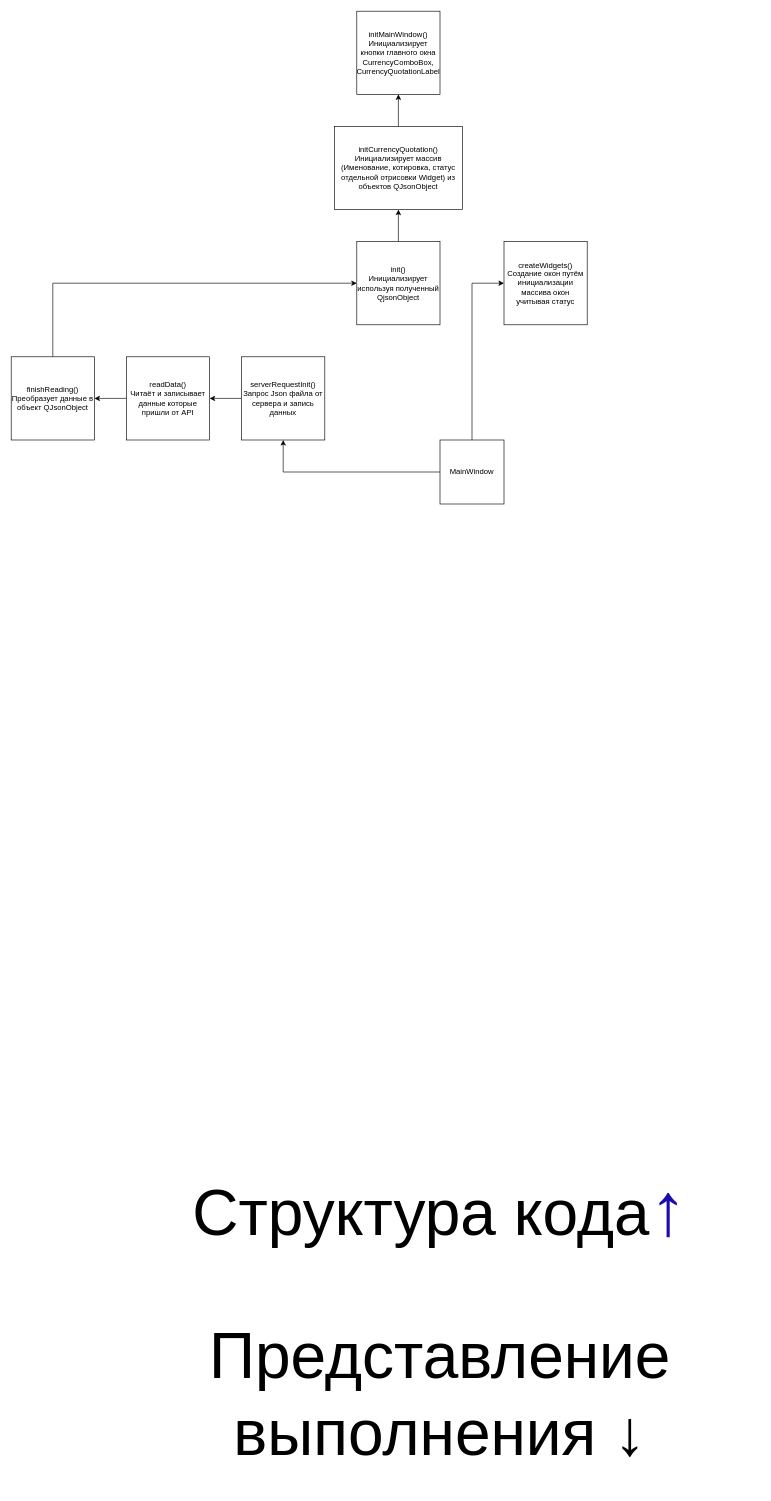
This is Pet_Project_Bitcoin_Currency_Quotes.drawio from AgentCent/Pet_Project_Bitcoin_Currency_Quotes, a draw.io file, before an edit. Source tidied: cells renumbered, new cells numbered last; positions are measured from the earlier drawing's top-left corner, leaving out a move shared by most shapes. Both pictures are drawn from the tidied source at 64%, with x=0, y=0 at pixel (11, 11).
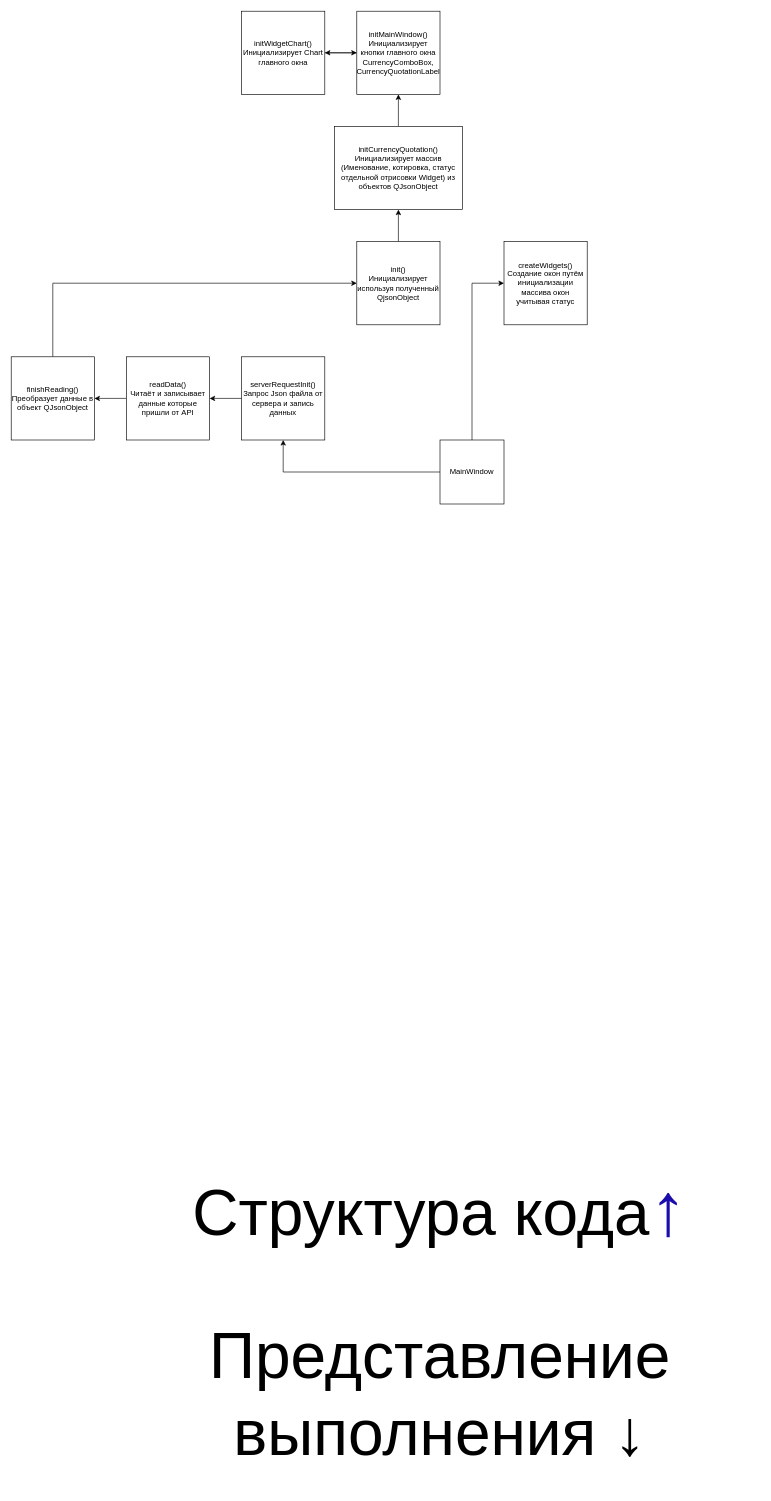
The same diagram, later.

Unchanged cells that the change refers to:
```xml
<mxCell id="18" value="initMainWindow()&lt;br&gt;Инициализирует кнопки главного окна&lt;br&gt;CurrencyComboBox, CurrencyQuotationLabel" style="rounded=0;whiteSpace=wrap;html=1;" parent="1" vertex="1">
  <mxGeometry x="540" width="130" height="130" as="geometry" />
</mxCell>
```

The edit, as a diff of the source:
```diff
@@
+    <mxCell id="19" style="edgeStyle=orthogonalEdgeStyle;rounded=0;jettySize=auto;html=1;" parent="1" edge="1" source="18" target="21">
+      <mxGeometry relative="1" as="geometry" />
+    </mxCell>
@@
+    <mxCell id="20" style="edgeStyle=orthogonalEdgeStyle;rounded=0;jettySize=auto;html=1;entryX=0;entryY=0.5;entryDx=0;entryDy=0;" parent="1" edge="1" source="21" target="18">
+      <mxGeometry relative="1" as="geometry" />
+    </mxCell>
+    <mxCell id="21" value="initWidgetChart()&lt;br&gt;Инициализирует Chart главного окна" style="rounded=0;whiteSpace=wrap;html=1;" parent="1" vertex="1">
+      <mxGeometry x="360" width="130" height="130" as="geometry" />
+    </mxCell>
```
